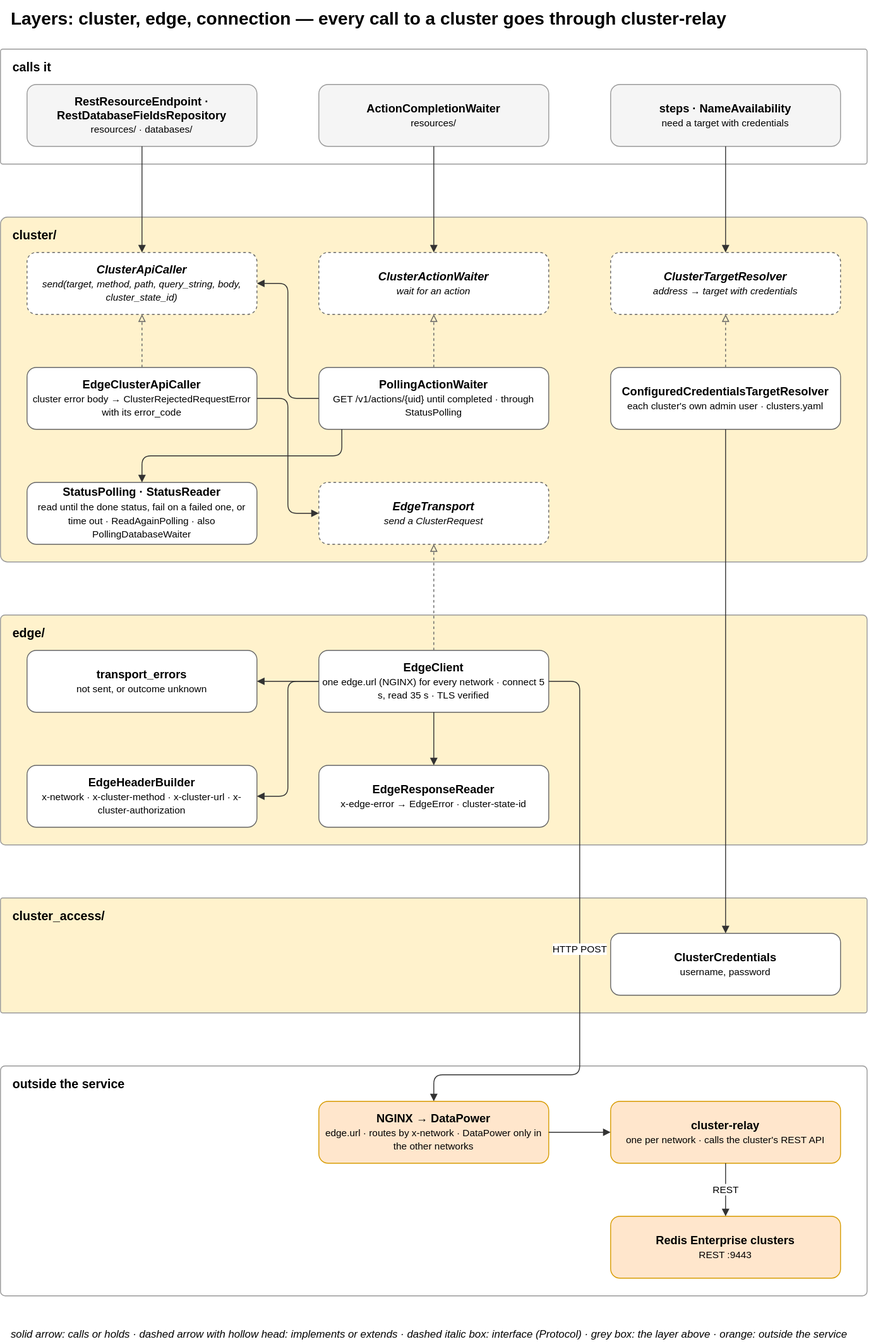
Before: docs/diagrams/08-layer-transport.drawio.svg, a diagram exported from draw.io (EliShteinman/redis-enterprise-services). Source tidied: cells renumbered, new cells last; positions are measured from the earlier drawing's top-left corner, leaving out a move shared by most shapes.
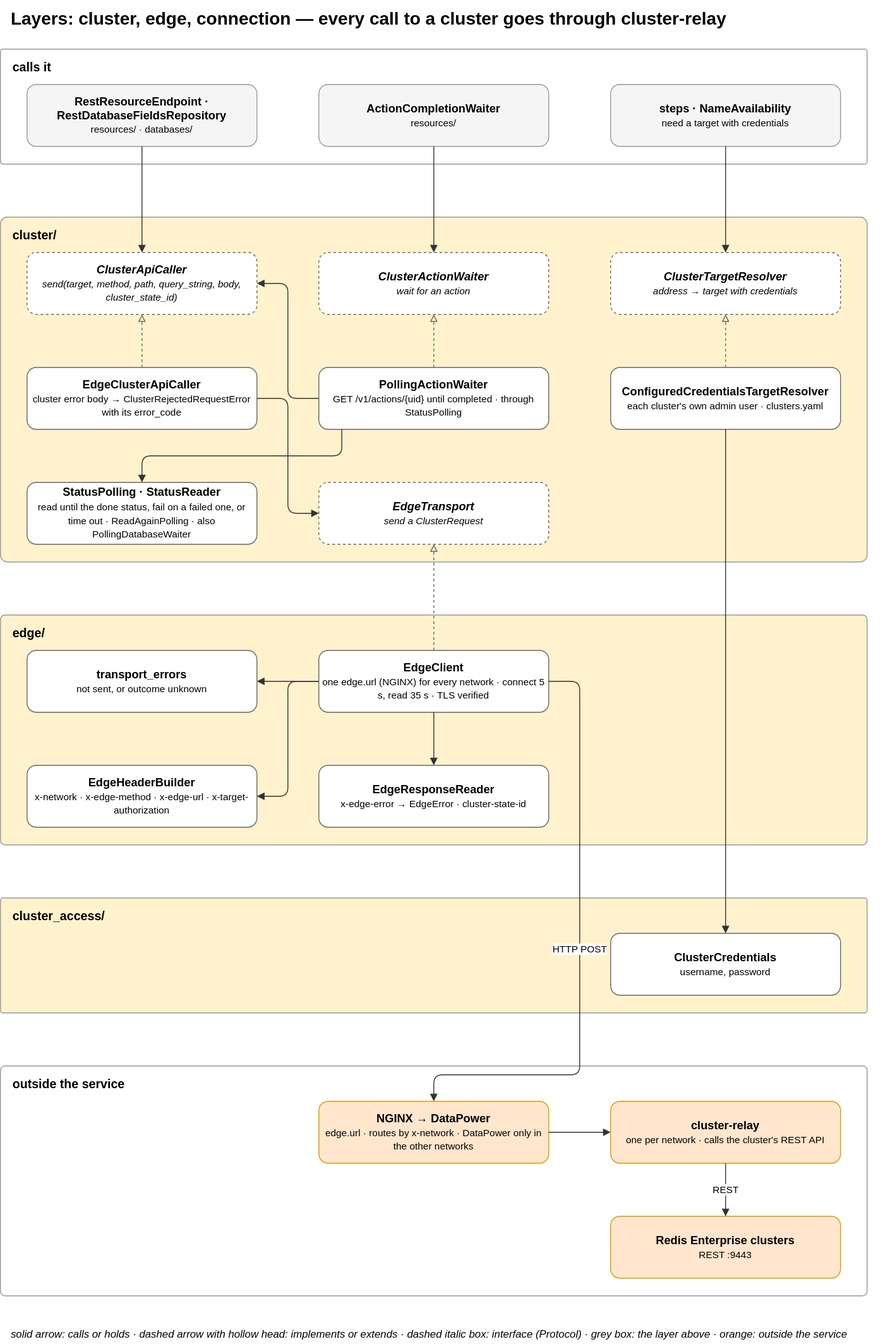
Above is the later version.

Commit message:
docs(diagrams): the relay headers are x-edge-method, x-edge-url and x-target-*

The edit, as a diff of the source:
```diff
@@ -50,7 +50,7 @@
     <mxCell id="17" value="&lt;b&gt;EdgeClient&lt;/b&gt;&lt;br&gt;&lt;font style='font-size:11px'&gt;one edge.url (NGINX) for every network · connect 5 s, read 35 s · TLS verified&lt;/font&gt;" style="rounded=1;whiteSpace=wrap;html=1;fillColor=#ffffff;strokeColor=#666666;fontSize=13;" parent="1" vertex="1">
       <mxGeometry x="360" y="735" width="260" height="70" as="geometry" />
     </mxCell>
-    <mxCell id="18" value="&lt;b&gt;EdgeHeaderBuilder&lt;/b&gt;&lt;br&gt;&lt;font style='font-size:11px'&gt;x-network · x-cluster-method · x-cluster-url · x-cluster-authorization&lt;/font&gt;" style="rounded=1;whiteSpace=wrap;html=1;fillColor=#ffffff;strokeColor=#666666;fontSize=13;" parent="1" vertex="1">
+    <mxCell id="18" value="&lt;b&gt;EdgeHeaderBuilder&lt;/b&gt;&lt;br&gt;&lt;font style='font-size:11px'&gt;x-network · x-edge-method · x-edge-url · x-target-authorization&lt;/font&gt;" style="rounded=1;whiteSpace=wrap;html=1;fillColor=#ffffff;strokeColor=#666666;fontSize=13;" parent="1" vertex="1">
       <mxGeometry x="30" y="865" width="260" height="70" as="geometry" />
     </mxCell>
     <mxCell id="19" value="&lt;b&gt;EdgeResponseReader&lt;/b&gt;&lt;br&gt;&lt;font style='font-size:11px'&gt;x-edge-error → EdgeError · cluster-state-id&lt;/font&gt;" style="rounded=1;whiteSpace=wrap;html=1;fillColor=#ffffff;strokeColor=#666666;fontSize=13;" parent="1" vertex="1">
```
